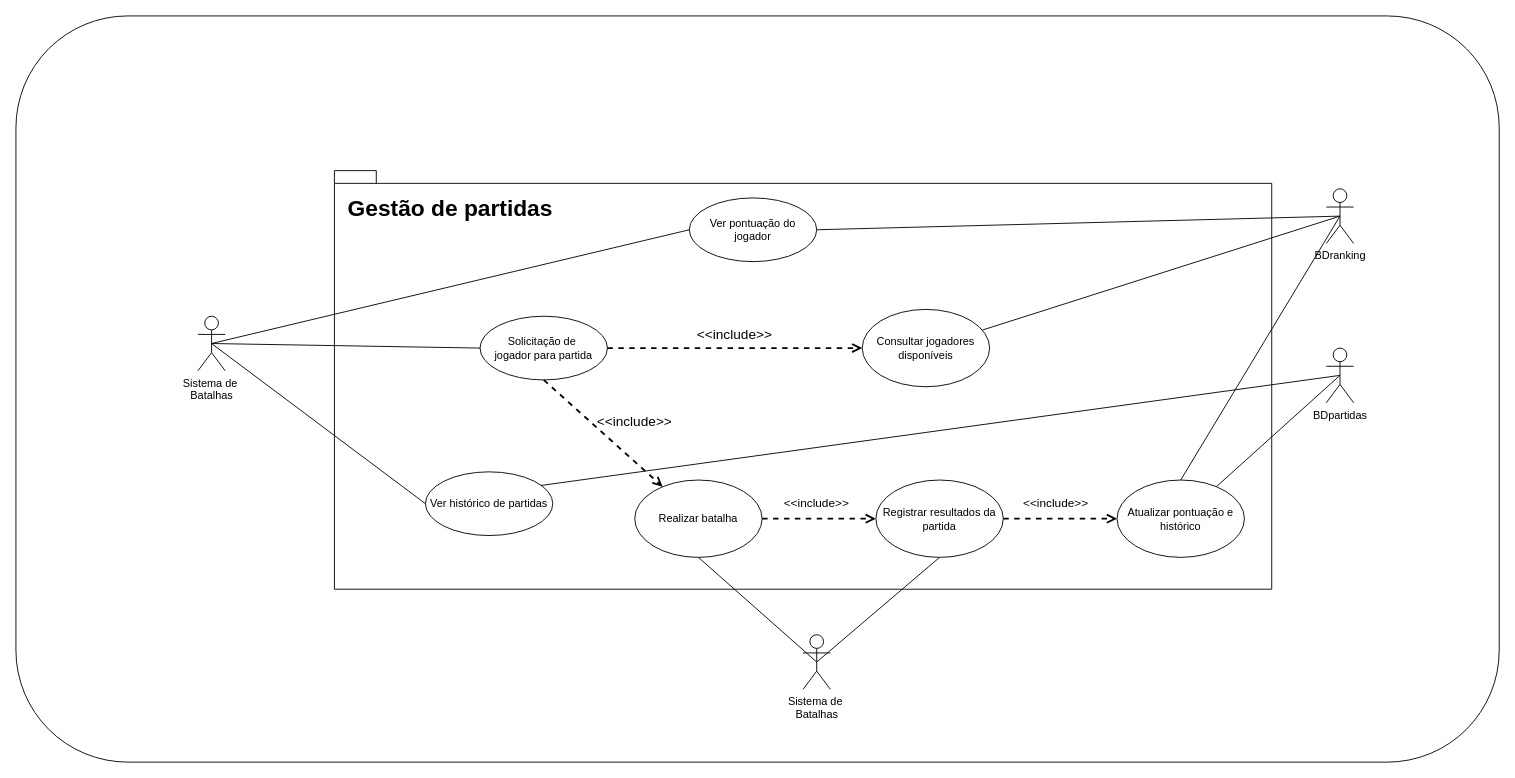
Above: page "Casos de Uso" (1 of 2) of docs/Entrega1/diagramas.drawio in S03-2026-2/gerenciador-de-partidas (draw.io), before the change. Source tidied: cells renumbered, new cells numbered last; positions are measured from the earlier drawing's top-left corner, leaving out a move shared by most shapes. Both pictures are drawn from the tidied source at 91%, with x=0, y=0 at pixel (15, 15).
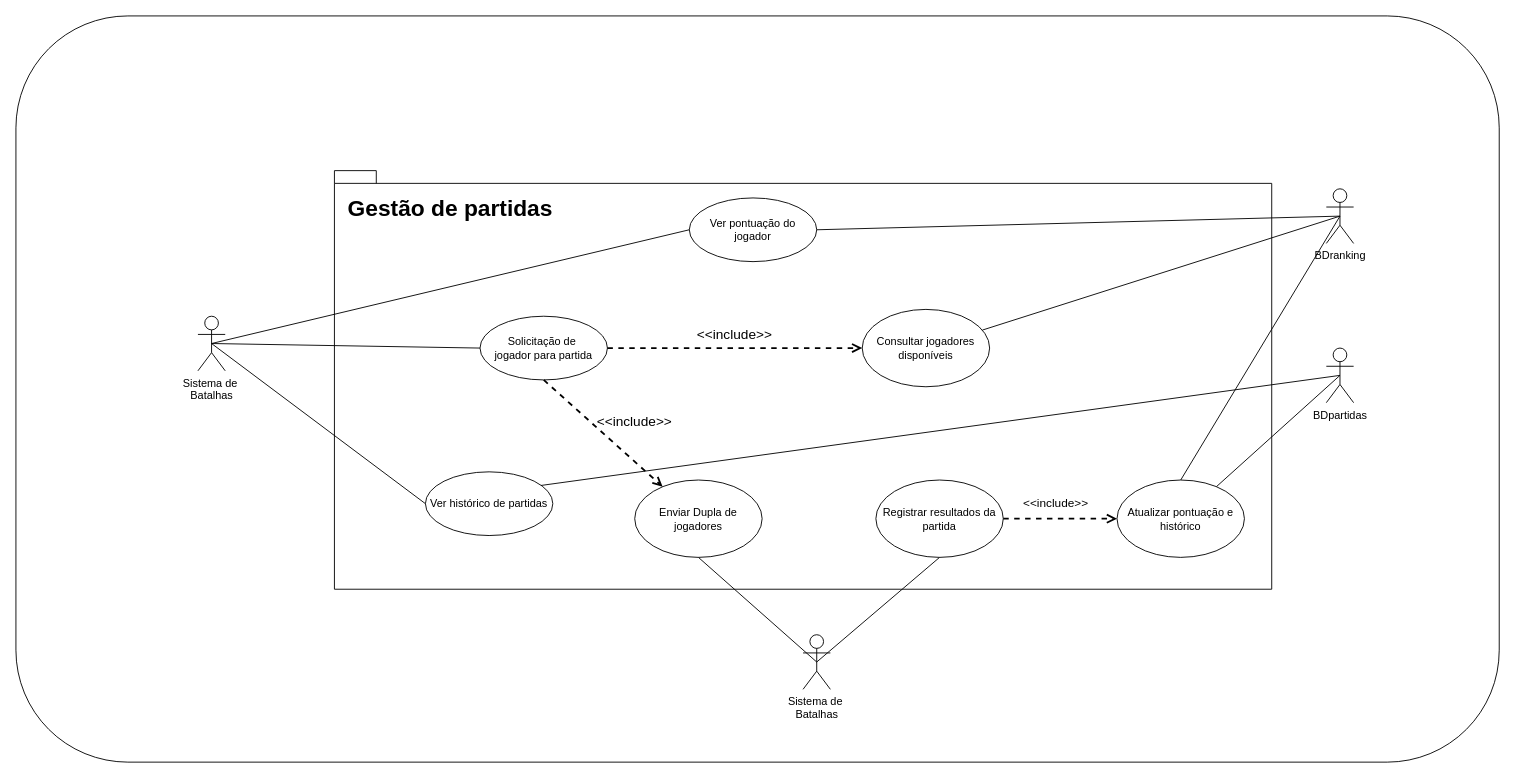
The same diagram, later.

The change refers to these unchanged cells:
```xml
<mxCell id="18" value="Registrar resultados da partida" style="ellipse;whiteSpace=wrap;html=1;" parent="1" vertex="1">
  <mxGeometry x="945" y="510" width="140" height="85" as="geometry" />
</mxCell>
```

Change to the diagram source:
```diff
@@
-    <mxCell id="8" value="Realizar batalha" style="ellipse;whiteSpace=wrap;html=1;" parent="1" vertex="1">
+    <mxCell id="8" value="Enviar Dupla de jogadores" style="ellipse;whiteSpace=wrap;html=1;" parent="1" vertex="1">
       <mxGeometry x="680" y="510" width="140" height="85" as="geometry" />
     </mxCell>
@@
-    <mxCell id="12" value="&lt;font style=&quot;font-size: 13px;&quot;&gt;&amp;lt;&amp;lt;include&amp;gt;&amp;gt;&lt;/font&gt;" style="text;html=1;whiteSpace=wrap;strokeColor=none;fillColor=none;align=center;verticalAlign=middle;rounded=0;strokeWidth=2;rotation=0;" parent="1" vertex="1">
-      <mxGeometry x="830" y="520" width="100" height="30" as="geometry" />
-    </mxCell>
@@
-    <mxCell id="14" style="rounded=0;jettySize=auto;html=1;dashed=1;endArrow=open;endFill=0;strokeWidth=2;startSize=7;endSize=7;exitX=1;exitY=0.5;exitDx=0;exitDy=0;entryX=0;entryY=0.5;entryDx=0;entryDy=0;" parent="1" edge="1" source="8" target="18">
-      <mxGeometry relative="1" as="geometry" />
-    </mxCell>
@@
-    <mxCell id="16" style="edgeStyle=orthogonalEdgeStyle;rounded=0;orthogonalLoop=1;jettySize=auto;html=1;innerLoopWaypoints=1;exitX=0.5;exitY=1;exitDx=0;exitDy=0;" parent="1" edge="1" source="12" target="12">
-      <mxGeometry relative="1" as="geometry" />
+    <mxCell id="16" style="edgeStyle=orthogonalEdgeStyle;rounded=0;orthogonalLoop=1;jettySize=auto;html=1;innerLoopWaypoints=1;exitX=0.5;exitY=1;exitDx=0;exitDy=0;" parent="1" edge="1">
+      <mxGeometry relative="1" as="geometry">
+        <mxPoint x="880" y="550" as="sourcePoint" />
+        <mxPoint x="880" y="550" as="targetPoint" />
+      </mxGeometry>
     </mxCell>
```
